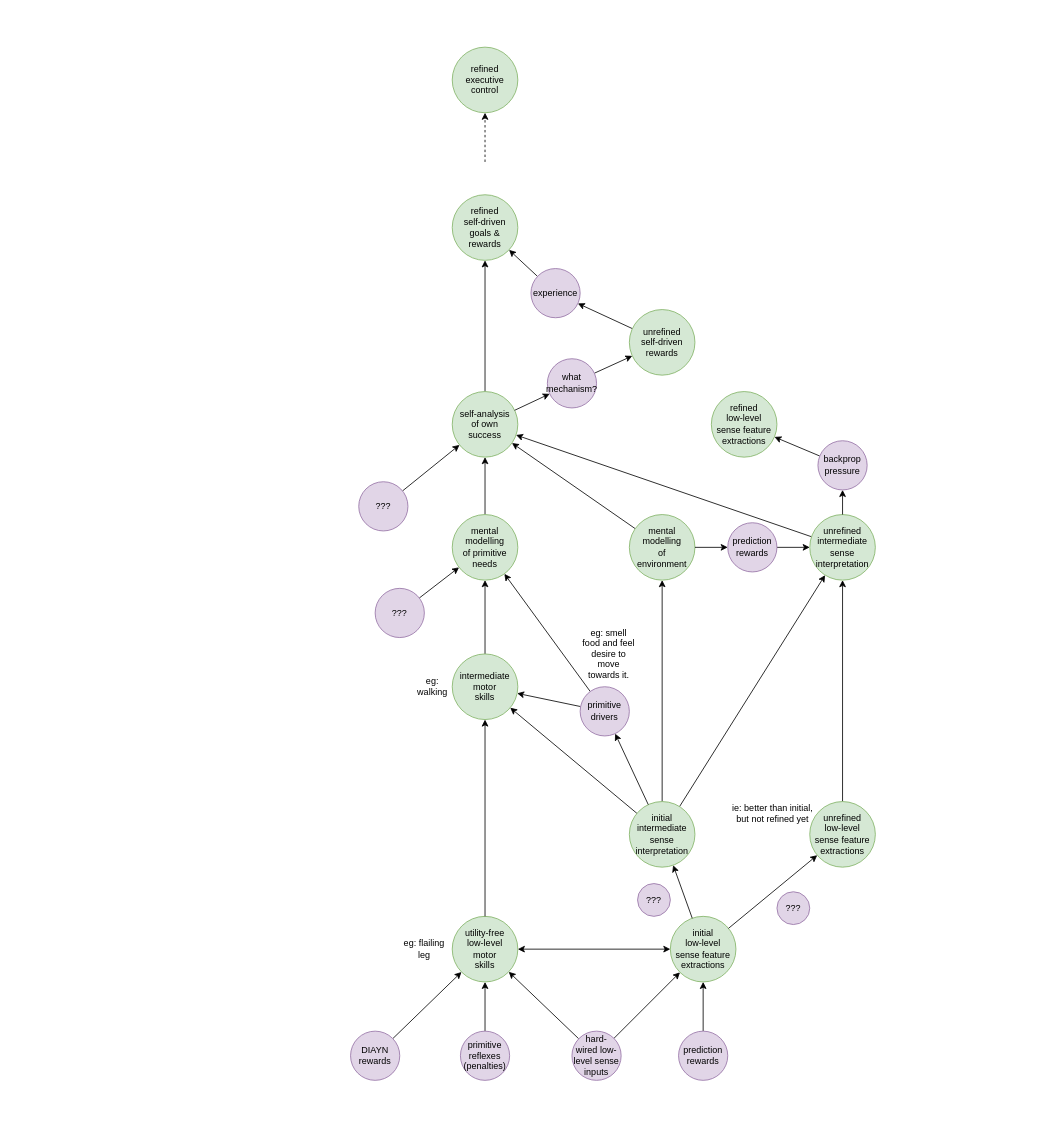
This is page "dependency-graph" (11 of 11) of files/An-agi-architecture-v1.drawio from malcolmlett/malcolmlett.github.io, a draw.io file, before an edit. Source tidied: cells renumbered, new cells numbered last; positions are measured from the earlier drawing's top-left corner, leaving out a move shared by most shapes. Both pictures are drawn from the tidied source at 82%, with x=0, y=0 at pixel (350, 47).
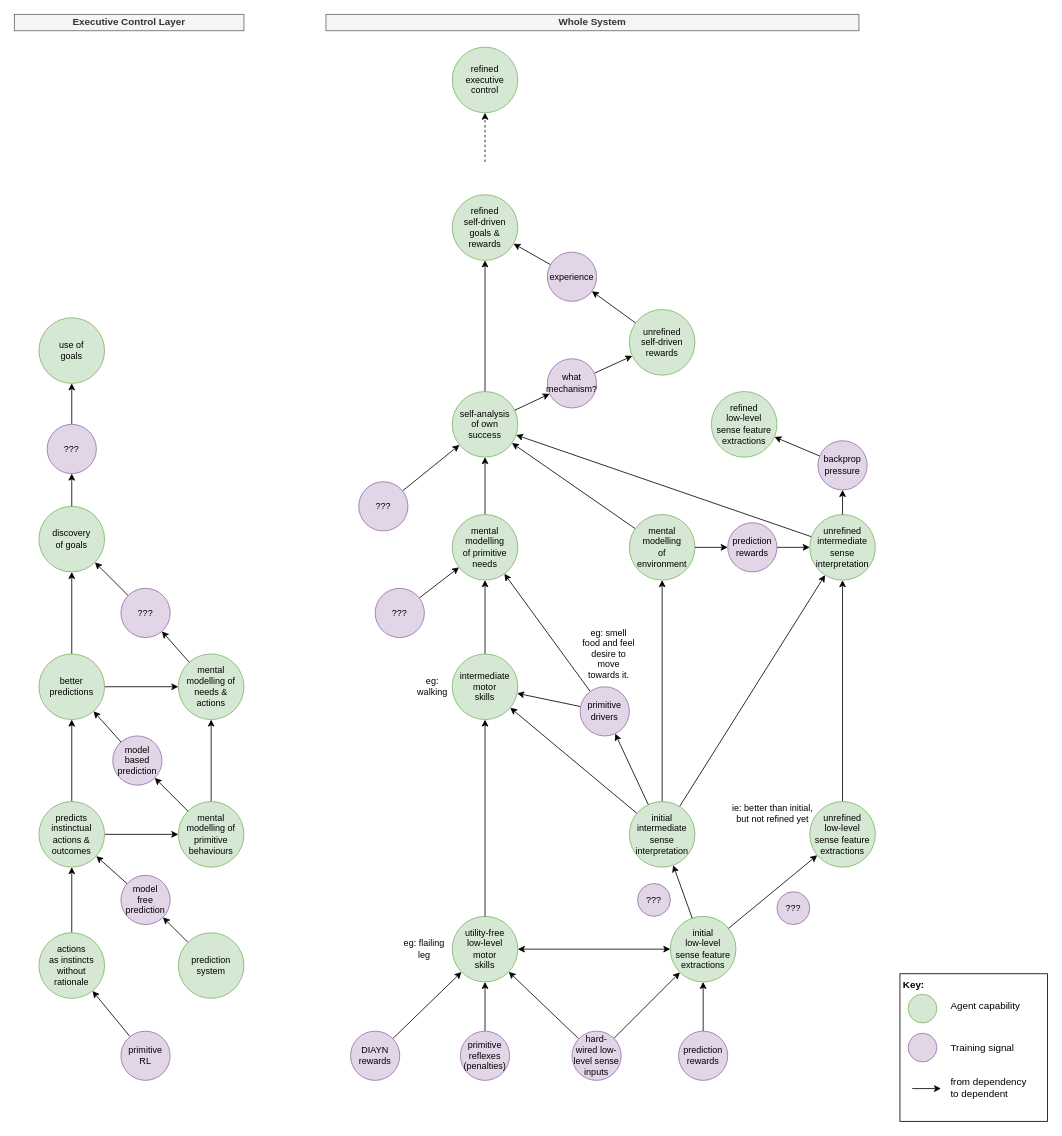
After the change.

Commit message (it also covers changes not shown here):
Executive control training steps

Change to the diagram source:
```diff
@@
     <mxCell id="61" value="experience" style="ellipse;whiteSpace=wrap;html=1;fillColor=#e1d5e7;strokeColor=#9673a6;fontSize=11;" parent="1" vertex="1">
-      <mxGeometry x="220" y="270" width="60" height="60" as="geometry" />
+      <mxGeometry x="240" y="250" width="60" height="60" as="geometry" />
     </mxCell>
@@
+    <mxCell id="64" value="use of&lt;br&gt;goals" style="ellipse;whiteSpace=wrap;html=1;fillColor=#d5e8d4;strokeColor=#82b366;fontSize=11;" parent="1" vertex="1">
+      <mxGeometry x="-380" y="330" width="80" height="80" as="geometry" />
+    </mxCell>
+    <mxCell id="65" style="edgeStyle=none;rounded=0;jettySize=auto;html=1;" parent="1" edge="1" source="84" target="64">
+      <mxGeometry relative="1" as="geometry" />
+    </mxCell>
+    <mxCell id="66" value="discovery&lt;br&gt;of goals" style="ellipse;whiteSpace=wrap;html=1;fillColor=#d5e8d4;strokeColor=#82b366;fontSize=11;" parent="1" vertex="1">
+      <mxGeometry x="-380" y="560" width="80" height="80" as="geometry" />
+    </mxCell>
+    <mxCell id="67" style="edgeStyle=none;rounded=0;jettySize=auto;html=1;" parent="1" edge="1" source="69" target="66">
+      <mxGeometry relative="1" as="geometry" />
+    </mxCell>
+    <mxCell id="68" style="edgeStyle=none;rounded=0;jettySize=auto;html=1;" parent="1" edge="1" source="69" target="79">
+      <mxGeometry relative="1" as="geometry" />
+    </mxCell>
+    <mxCell id="69" value="better&lt;br&gt;predictions" style="ellipse;whiteSpace=wrap;html=1;fillColor=#d5e8d4;strokeColor=#82b366;fontSize=11;" parent="1" vertex="1">
+      <mxGeometry x="-380" y="740" width="80" height="80" as="geometry" />
+    </mxCell>
+    <mxCell id="70" style="edgeStyle=none;rounded=0;jettySize=auto;html=1;" parent="1" edge="1" source="90" target="69">
+      <mxGeometry relative="1" as="geometry" />
+    </mxCell>
+    <mxCell id="71" style="edgeStyle=none;rounded=0;jettySize=auto;html=1;" parent="1" edge="1" source="72" target="79">
+      <mxGeometry relative="1" as="geometry" />
+    </mxCell>
+    <mxCell id="72" value="mental&lt;br&gt;modelling of primitive&lt;br&gt;behaviours" style="ellipse;whiteSpace=wrap;html=1;fillColor=#d5e8d4;strokeColor=#82b366;fontSize=11;" parent="1" vertex="1">
+      <mxGeometry x="-210" y="920" width="80" height="80" as="geometry" />
+    </mxCell>
+    <mxCell id="73" style="edgeStyle=none;rounded=0;jettySize=auto;html=1;" parent="1" edge="1" source="75" target="69">
+      <mxGeometry relative="1" as="geometry" />
+    </mxCell>
+    <mxCell id="74" style="edgeStyle=none;rounded=0;jettySize=auto;html=1;" parent="1" edge="1" source="75" target="72">
+      <mxGeometry relative="1" as="geometry" />
+    </mxCell>
+    <mxCell id="75" value="predicts&lt;br&gt;instinctual&lt;br&gt;actions &amp;amp;&lt;br&gt;outcomes" style="ellipse;whiteSpace=wrap;html=1;fillColor=#d5e8d4;strokeColor=#82b366;fontSize=11;" parent="1" vertex="1">
+      <mxGeometry x="-380" y="920" width="80" height="80" as="geometry" />
+    </mxCell>
+    <mxCell id="76" style="edgeStyle=none;rounded=0;jettySize=auto;html=1;" parent="1" edge="1" source="77" target="75">
+      <mxGeometry relative="1" as="geometry" />
+    </mxCell>
+    <mxCell id="77" value="model&lt;br&gt;free&lt;br&gt;prediction" style="ellipse;whiteSpace=wrap;html=1;fillColor=#e1d5e7;strokeColor=#9673a6;fontSize=11;" parent="1" vertex="1">
+      <mxGeometry x="-280" y="1010" width="60" height="60" as="geometry" />
+    </mxCell>
+    <mxCell id="78" style="edgeStyle=none;rounded=0;jettySize=auto;html=1;" parent="1" edge="1" source="99" target="66">
+      <mxGeometry relative="1" as="geometry" />
+    </mxCell>
+    <mxCell id="79" value="mental&lt;br&gt;modelling of needs &amp;amp; actions" style="ellipse;whiteSpace=wrap;html=1;fillColor=#d5e8d4;strokeColor=#82b366;fontSize=11;" parent="1" vertex="1">
+      <mxGeometry x="-210" y="740" width="80" height="80" as="geometry" />
+    </mxCell>
+    <mxCell id="80" style="edgeStyle=none;rounded=0;jettySize=auto;html=1;" parent="1" edge="1" source="81" target="75">
+      <mxGeometry relative="1" as="geometry" />
+    </mxCell>
+    <mxCell id="81" value="actions&lt;br&gt;as instincts&lt;br&gt;without rationale" style="ellipse;whiteSpace=wrap;html=1;fillColor=#d5e8d4;strokeColor=#82b366;fontSize=11;" parent="1" vertex="1">
+      <mxGeometry x="-380" y="1080" width="80" height="80" as="geometry" />
+    </mxCell>
+    <mxCell id="82" value="Executive Control Layer" style="text;html=1;strokeColor=#666666;fillColor=#f5f5f5;align=center;verticalAlign=middle;whiteSpace=wrap;rounded=0;fontStyle=1;fontColor=#333333;" parent="1" vertex="1">
+      <mxGeometry x="-410" y="-40" width="280" height="20" as="geometry" />
+    </mxCell>
+    <mxCell id="83" value="Whole System" style="text;html=1;strokeColor=#666666;fillColor=#f5f5f5;align=center;verticalAlign=middle;whiteSpace=wrap;rounded=0;fontStyle=1;fontColor=#333333;" parent="1" vertex="1">
+      <mxGeometry x="-30" y="-40" width="650" height="20" as="geometry" />
+    </mxCell>
+    <mxCell id="84" value="???" style="ellipse;whiteSpace=wrap;html=1;fillColor=#e1d5e7;strokeColor=#9673a6;fontSize=11;" parent="1" vertex="1">
+      <mxGeometry x="-370" y="460" width="60" height="60" as="geometry" />
+    </mxCell>
+    <mxCell id="85" style="edgeStyle=none;rounded=0;jettySize=auto;html=1;" parent="1" edge="1" source="66" target="84">
+      <mxGeometry relative="1" as="geometry" />
+    </mxCell>
+    <mxCell id="86" style="edgeStyle=none;rounded=0;jettySize=auto;html=1;" parent="1" edge="1" source="87" target="77">
+      <mxGeometry relative="1" as="geometry" />
+    </mxCell>
+    <mxCell id="87" value="prediction system" style="ellipse;whiteSpace=wrap;html=1;fillColor=#d5e8d4;strokeColor=#82b366;fontSize=11;" parent="1" vertex="1">
+      <mxGeometry x="-210" y="1080" width="80" height="80" as="geometry" />
+    </mxCell>
+    <mxCell id="88" style="edgeStyle=none;rounded=0;jettySize=auto;html=1;" parent="1" edge="1" source="89" target="81">
+      <mxGeometry relative="1" as="geometry" />
+    </mxCell>
+    <mxCell id="89" value="primitive&lt;br&gt;RL" style="ellipse;whiteSpace=wrap;html=1;fillColor=#e1d5e7;strokeColor=#9673a6;fontSize=11;" parent="1" vertex="1">
+      <mxGeometry x="-280" y="1200" width="60" height="60" as="geometry" />
+    </mxCell>
+    <mxCell id="90" value="model&lt;br&gt;based&lt;br&gt;prediction" style="ellipse;whiteSpace=wrap;html=1;fillColor=#e1d5e7;strokeColor=#9673a6;fontSize=11;" parent="1" vertex="1">
+      <mxGeometry x="-290" y="840" width="60" height="60" as="geometry" />
+    </mxCell>
+    <mxCell id="91" style="edgeStyle=none;rounded=0;jettySize=auto;html=1;" parent="1" edge="1" source="72" target="90">
+      <mxGeometry relative="1" as="geometry" />
+    </mxCell>
+    <mxCell id="92" value="Key:" style="rounded=0;whiteSpace=wrap;html=1;align=left;verticalAlign=top;spacingLeft=2;spacingRight=2;fontStyle=1;" parent="1" vertex="1">
+      <mxGeometry x="670" y="1130" width="180" height="180" as="geometry" />
+    </mxCell>
+    <mxCell id="93" style="ellipse;whiteSpace=wrap;html=1;fillColor=#d5e8d4;strokeColor=#82b366;fontSize=11;" parent="1" vertex="1">
+      <mxGeometry x="680" y="1155" width="35" height="35" as="geometry" />
+    </mxCell>
+    <mxCell id="94" style="ellipse;whiteSpace=wrap;html=1;fillColor=#e1d5e7;strokeColor=#9673a6;fontSize=11;" parent="1" vertex="1">
+      <mxGeometry x="680" y="1202.5" width="35" height="35" as="geometry" />
+    </mxCell>
+    <mxCell id="95" value="Agent capability" style="text;html=1;strokeColor=none;fillColor=none;align=left;verticalAlign=middle;whiteSpace=wrap;rounded=0;" parent="1" vertex="1">
+      <mxGeometry x="730" y="1160" width="100" height="20" as="geometry" />
+    </mxCell>
+    <mxCell id="96" value="Training signal" style="text;html=1;strokeColor=none;fillColor=none;align=left;verticalAlign=middle;whiteSpace=wrap;rounded=0;" parent="1" vertex="1">
+      <mxGeometry x="730" y="1212.5" width="100" height="17.5" as="geometry" />
+    </mxCell>
+    <mxCell id="97" value="from dependency to dependent" style="text;html=1;strokeColor=none;fillColor=none;align=left;verticalAlign=middle;whiteSpace=wrap;rounded=0;" parent="1" vertex="1">
+      <mxGeometry x="730" y="1260" width="100" height="17.5" as="geometry" />
+    </mxCell>
+    <mxCell id="98" style="edgeStyle=none;rounded=0;orthogonalLoop=1;jettySize=auto;html=1;fontSize=11;entryX=0.278;entryY=0.778;entryDx=0;entryDy=0;entryPerimeter=0;exitX=0.083;exitY=0.778;exitDx=0;exitDy=0;exitPerimeter=0;" parent="1" edge="1" source="92" target="92">
+      <mxGeometry relative="1" as="geometry" />
+    </mxCell>
+    <mxCell id="99" value="???" style="ellipse;whiteSpace=wrap;html=1;fillColor=#e1d5e7;strokeColor=#9673a6;fontSize=11;" parent="1" vertex="1">
+      <mxGeometry x="-280" y="660" width="60" height="60" as="geometry" />
+    </mxCell>
+    <mxCell id="100" style="edgeStyle=none;rounded=0;jettySize=auto;html=1;" parent="1" edge="1" source="79" target="99">
+      <mxGeometry relative="1" as="geometry" />
+    </mxCell>
```
